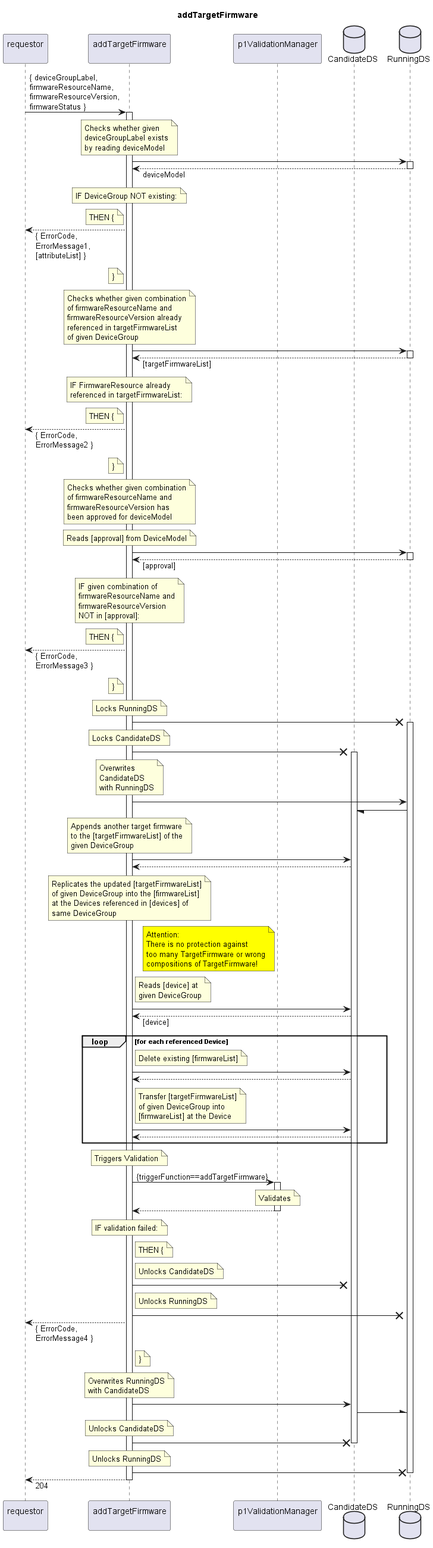
The PlantUML diagram spec/Services/addTargetFirmware/1.0.0/addTargetFirmware.png in openBackhaul/FirmWareManager, before a commit. Its diagram source:
```plantuml
@startuml addTargetFirmware
skinparam responseMessageBelowArrow true

title
  addTargetFirmware
end title

participant "requestor\n" as requestor
participant "addTargetFirmware\n" as indServ
participant "p1ValidationManager\n" as valiMan
database "CandidateDS" as CanDS
database "RunningDS" as RunDS

requestor -> indServ: { deviceGroupLabel,\nfirmwareResourceName,\nfirmwareResourceVersion,\nfirmwareStatus }
activate indServ

  note over indServ
    Checks whether given
    deviceGroupLabel exists
    by reading deviceModel
  end note
  indServ -> RunDS
  activate RunDS
  indServ <-- RunDS: deviceModel
  deactivate RunDS
  note over indServ
    IF DeviceGroup NOT existing:
  end note
  note left indServ
    THEN {
  end note
  requestor <-- indServ: { ErrorCode,\nErrorMessage1,\n[attributeList] }
  note left indServ
    }
  end note

  note over indServ
    Checks whether given combination
    of firmwareResourceName and
    firmwareResourceVersion already
    referenced in targetFirmwareList
    of given DeviceGroup
  end note
  indServ -> RunDS
  activate RunDS
  indServ <-- RunDS: [targetFirmwareList]
  deactivate RunDS
  note over indServ
    IF FirmwareResource already
    referenced in targetFirmwareList:
  end note
  note left indServ
    THEN {
  end note
  requestor <-- indServ: { ErrorCode,\nErrorMessage2 }
  note left indServ
    }
  end note

  note over indServ
    Checks whether given combination
    of firmwareResourceName and
    firmwareResourceVersion has
    been approved for deviceModel
  end note
  note over indServ
    Reads [approval] from DeviceModel
  end note
  indServ -> RunDS
  activate RunDS
  indServ <-- RunDS: [approval]
  deactivate RunDS
  note over indServ
    IF given combination of
    firmwareResourceName and
    firmwareResourceVersion
    NOT in [approval]:
  end note
  note left indServ
    THEN {
  end note
  requestor <-- indServ: { ErrorCode,\nErrorMessage3 }
  note left indServ
    }
  end note

  note over indServ
    Locks RunningDS
  end note
  indServ -X RunDS
  activate RunDS
  note over indServ
    Locks CandidateDS
  end note
  indServ -X CanDS
  activate CanDS
  note over indServ
    Overwrites
    CandidateDS
    with RunningDS
  end note
  indServ -> RunDS
  RunDS -/ CanDS

  note over indServ
    Appends another target firmware
    to the [targetFirmwareList] of the
    given DeviceGroup
  end note
  indServ -> CanDS
  indServ <-- CanDS

  note over indServ
    Replicates the updated [targetFirmwareList]
    of given DeviceGroup into the [firmwareList]
    at the Devices referenced in [devices] of
    same DeviceGroup
  end note
  note left valiMan #Yellow
    Attention:
    There is no protection against
    too many TargetFirmware or wrong
    compositions of TargetFirmware!
  end note
  note right indServ
    Reads [device] at
    given DeviceGroup
  end note
  indServ -> CanDS
  indServ <-- CanDS: [device]
  loop for each referenced Device
    note right indServ
      Delete existing [firmwareList]
    end note
    indServ -> CanDS
    indServ <-- CanDS
    note right indServ
      Transfer [targetFirmwareList]
      of given DeviceGroup into
      [firmwareList] at the Device
    end note
    indServ -> CanDS
    indServ <-- CanDS
  end loop

  note over indServ
    Triggers Validation
  end note
  indServ -> valiMan: {triggerFunction==addTargetFirmware}
  activate valiMan
    note over valiMan
      Validates
    end note
  indServ <-- valiMan
  deactivate valiMan
  note over indServ
    IF validation failed:
  end note
  note right indServ
    THEN {
  end note
  note right indServ
    Unlocks CandidateDS
  end note
  indServ -X CanDS
  note right indServ
    Unlocks RunningDS
  end note
  indServ -X RunDS
  requestor <-- indServ: { ErrorCode,\nErrorMessage4 }
  note right indServ
    }
  end note

  note over indServ
    Overwrites RunningDS
    with CandidateDS
  end note
  indServ -> CanDS
  CanDS -\ RunDS
  note over indServ
    Unlocks CandidateDS
  end note
  indServ -X CanDS
  deactivate CanDS
  note over indServ
    Unlocks RunningDS
  end note
  indServ -X RunDS
  deactivate RunDS

requestor <-- indServ: 204
deactivate indServ

@enduml
```
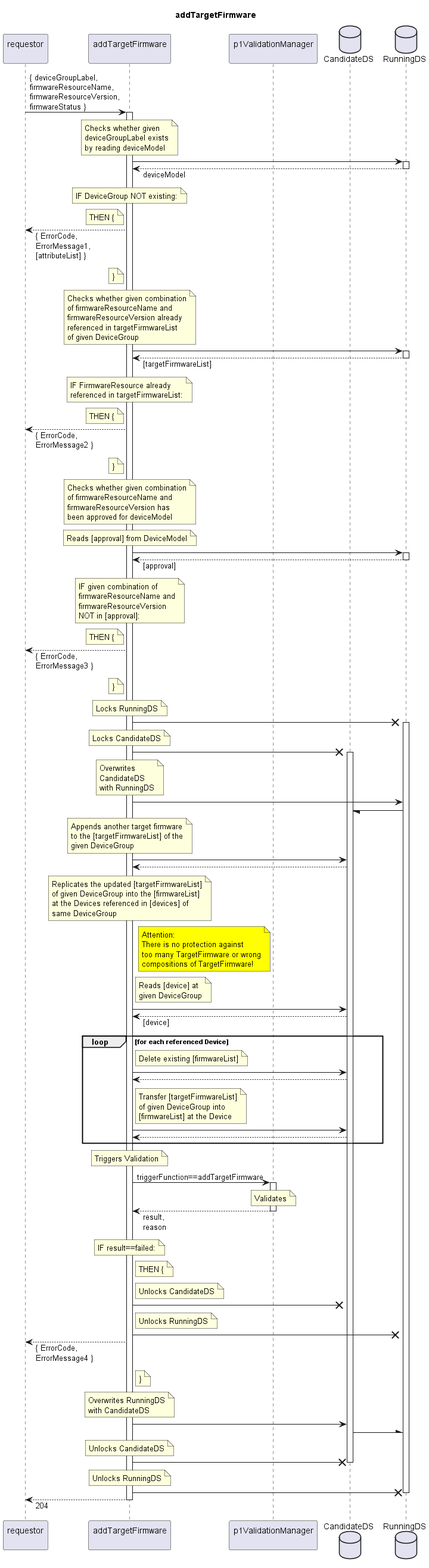
Above is the later version.

Change to the diagram source:
```diff
@@ -146,15 +146,15 @@
   note over indServ
     Triggers Validation
   end note
-  indServ -> valiMan: {triggerFunction==addTargetFirmware}
+  indServ -> valiMan: triggerFunction==addTargetFirmware
   activate valiMan
     note over valiMan
       Validates
     end note
-  indServ <-- valiMan
+  indServ <-- valiMan: result,\nreason
   deactivate valiMan
   note over indServ
-    IF validation failed:
+    IF result==failed:
   end note
   note right indServ
     THEN {
```
